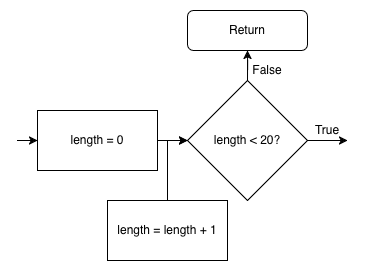
The draw.io diagram tutorials/python-islands/island-7/autominer/images/flowchart-landscape_2.png in CausewayDigital/Minecraft-EE-MakeCode, before a commit. Source tidied: cells renumbered, new cells last; positions are measured from the earlier drawing's top-left corner, leaving out a move shared by most shapes.
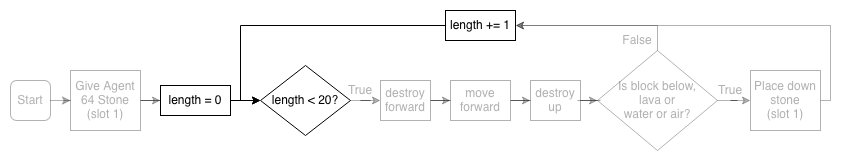
After the change.

What changed in the source:
```diff
@@ -2,44 +2,86 @@
   <root>
     <mxCell id="0" />
     <mxCell id="1" parent="0" />
-    <mxCell id="2" style="edgeStyle=orthogonalEdgeStyle;rounded=0;jettySize=auto;html=1;" parent="1" edge="1" target="4">
-      <mxGeometry relative="1" as="geometry">
-        <mxPoint y="130" as="sourcePoint" />
-      </mxGeometry>
-    </mxCell>
-    <mxCell id="3" style="edgeStyle=orthogonalEdgeStyle;rounded=0;jettySize=auto;html=1;" parent="1" edge="1" target="7">
-      <mxGeometry relative="1" as="geometry">
-        <mxPoint x="90" y="130" as="sourcePoint" />
-      </mxGeometry>
-    </mxCell>
+    <mxCell id="13" style="edgeStyle=orthogonalEdgeStyle;rounded=0;jettySize=auto;html=1;textOpacity=30;opacity=30;" parent="1" edge="1" source="14" target="16">
+      <mxGeometry relative="1" as="geometry" />
+    </mxCell>
+    <mxCell id="14" value="Start" style="rounded=1;whiteSpace=wrap;html=1;textOpacity=30;opacity=30;" parent="1" vertex="1">
+      <mxGeometry x="-380" y="240" width="40" height="40" as="geometry" />
+    </mxCell>
+    <mxCell id="15" style="edgeStyle=orthogonalEdgeStyle;rounded=0;jettySize=auto;html=1;textOpacity=30;opacity=30;" parent="1" edge="1" source="16" target="4">
+      <mxGeometry relative="1" as="geometry" />
+    </mxCell>
+    <mxCell id="16" value="&lt;div&gt;Give Agent 64 Stone&lt;/div&gt;(slot 1)" style="rounded=0;whiteSpace=wrap;html=1;textOpacity=30;opacity=30;" parent="1" vertex="1">
+      <mxGeometry x="-320" y="230" width="70" height="60" as="geometry" />
+    </mxCell>
+    <mxCell id="17" style="edgeStyle=orthogonalEdgeStyle;rounded=0;jettySize=auto;html=1;" parent="1" edge="1" source="4" target="7">
+      <mxGeometry relative="1" as="geometry" />
+    </mxCell>
     <mxCell id="4" value="length = 0" style="rounded=0;whiteSpace=wrap;html=1;" parent="1" vertex="1">
-      <mxGeometry x="20" y="100" width="120" height="60" as="geometry" />
+      <mxGeometry x="-230" y="245" width="70" height="30" as="geometry" />
     </mxCell>
-    <mxCell id="5" style="edgeStyle=orthogonalEdgeStyle;rounded=0;jettySize=auto;html=1;" parent="1" edge="1" source="7">
-      <mxGeometry relative="1" as="geometry">
-        <mxPoint x="330" y="130" as="targetPoint" />
-      </mxGeometry>
-    </mxCell>
-    <mxCell id="6" style="edgeStyle=orthogonalEdgeStyle;rounded=0;jettySize=auto;html=1;exitX=0.5;exitY=0;exitDx=0;exitDy=0;" parent="1" edge="1" source="7" target="8">
-      <mxGeometry relative="1" as="geometry" />
-    </mxCell>
+    <mxCell id="18" style="edgeStyle=orthogonalEdgeStyle;rounded=0;jettySize=auto;html=1;opacity=30;textOpacity=30;" parent="1" edge="1" source="7" target="20">
+      <mxGeometry relative="1" as="geometry" />
+    </mxCell>
     <mxCell id="7" value="length &amp;lt; 20?" style="rhombus;whiteSpace=wrap;html=1;" parent="1" vertex="1">
-      <mxGeometry x="170" y="70" width="120" height="120" as="geometry" />
+      <mxGeometry x="-130" y="225" width="90" height="70" as="geometry" />
     </mxCell>
-    <mxCell id="8" value="Return" style="rounded=1;whiteSpace=wrap;html=1;" parent="1" vertex="1">
-      <mxGeometry x="170" width="120" height="40" as="geometry" />
-    </mxCell>
-    <mxCell id="9" value="True&lt;span style=&quot;color: rgba(0 , 0 , 0 , 0) ; font-family: monospace ; font-size: 0px&quot;&gt;%3CmxGraphModel%3E%3Croot%3E%3CmxCell%20id%3D%220%22%2F%3E%3CmxCell%20id%3D%221%22%20parent%3D%220%22%2F%3E%3CmxCell%20id%3D%222%22%20value%3D%22destroy%20forward%22%20style%3D%22rounded%3D0%3BwhiteSpace%3Dwrap%3Bhtml%3D1%3B%22%20vertex%3D%221%22%20parent%3D%221%22%3E%3CmxGeometry%20x%3D%22240%22%20y%3D%22560%22%20width%3D%22120%22%20height%3D%2260%22%20as%3D%22geometry%22%2F%3E%3C%2FmxCell%3E%3C%2Froot%3E%3C%2FmxGraphModel%3E&lt;/span&gt;" style="text;html=1;strokeColor=none;fillColor=none;align=center;verticalAlign=middle;whiteSpace=wrap;rounded=0;" parent="1" vertex="1">
-      <mxGeometry x="290" y="110" width="40" height="20" as="geometry" />
-    </mxCell>
+    <mxCell id="19" style="edgeStyle=orthogonalEdgeStyle;rounded=0;jettySize=auto;html=1;opacity=30;textOpacity=30;" parent="1" edge="1" source="20" target="22">
+      <mxGeometry relative="1" as="geometry" />
+    </mxCell>
+    <mxCell id="20" value="destroy forward" style="rounded=0;whiteSpace=wrap;html=1;opacity=30;textOpacity=30;" parent="1" vertex="1">
+      <mxGeometry x="-10" y="240" width="50" height="40" as="geometry" />
+    </mxCell>
+    <mxCell id="21" style="edgeStyle=orthogonalEdgeStyle;rounded=0;jettySize=auto;html=1;exitX=1;exitY=0.5;exitDx=0;exitDy=0;opacity=30;textOpacity=30;" parent="1" edge="1" source="22" target="24">
+      <mxGeometry relative="1" as="geometry" />
+    </mxCell>
+    <mxCell id="22" value="move forward" style="rounded=0;whiteSpace=wrap;html=1;opacity=30;textOpacity=30;" parent="1" vertex="1">
+      <mxGeometry x="60" y="240" width="60" height="40" as="geometry" />
+    </mxCell>
+    <mxCell id="23" style="edgeStyle=orthogonalEdgeStyle;rounded=0;jettySize=auto;html=1;opacity=30;textOpacity=30;" parent="1" edge="1" source="24" target="26">
+      <mxGeometry relative="1" as="geometry" />
+    </mxCell>
+    <mxCell id="24" value="destroy up" style="rounded=0;whiteSpace=wrap;html=1;opacity=30;textOpacity=30;" parent="1" vertex="1">
+      <mxGeometry x="140" y="240" width="50" height="40" as="geometry" />
+    </mxCell>
+    <mxCell id="25" style="edgeStyle=orthogonalEdgeStyle;rounded=0;jettySize=auto;html=1;opacity=30;textOpacity=30;" parent="1" edge="1" source="26" target="28">
+      <mxGeometry relative="1" as="geometry" />
+    </mxCell>
+    <mxCell id="26" value="Is block below, &lt;br&gt;lava or &lt;br&gt;water or air?" style="rhombus;whiteSpace=wrap;html=1;opacity=30;textOpacity=30;" parent="1" vertex="1">
+      <mxGeometry x="207" y="210" width="120" height="100" as="geometry" />
+    </mxCell>
+    <mxCell id="27" style="edgeStyle=orthogonalEdgeStyle;rounded=0;jettySize=auto;html=1;entryX=1;entryY=0.5;entryDx=0;entryDy=0;opacity=30;textOpacity=30;" parent="1" edge="1" source="28" target="33">
+      <mxGeometry relative="1" as="geometry">
+        <Array as="points">
+          <mxPoint x="440" y="260" />
+          <mxPoint x="440" y="185" />
+        </Array>
+      </mxGeometry>
+    </mxCell>
+    <mxCell id="28" value="&lt;div&gt;Place down stone&lt;/div&gt;(slot 1)" style="rounded=0;whiteSpace=wrap;html=1;opacity=30;textOpacity=30;" parent="1" vertex="1">
+      <mxGeometry x="360" y="230" width="70" height="60" as="geometry" />
+    </mxCell>
+    <mxCell id="29" value="True&lt;span style=&quot;color: rgba(0 , 0 , 0 , 0) ; font-family: monospace ; font-size: 0px&quot;&gt;%3CmxGraphModel%3E%3Croot%3E%3CmxCell%20id%3D%220%22%2F%3E%3CmxCell%20id%3D%221%22%20parent%3D%220%22%2F%3E%3CmxCell%20id%3D%222%22%20value%3D%22destroy%20forward%22%20style%3D%22rounded%3D0%3BwhiteSpace%3Dwrap%3Bhtml%3D1%3B%22%20vertex%3D%221%22%20parent%3D%221%22%3E%3CmxGeometry%20x%3D%22240%22%20y%3D%22560%22%20width%3D%22120%22%20height%3D%2260%22%20as%3D%22geometry%22%2F%3E%3C%2FmxCell%3E%3C%2Froot%3E%3C%2FmxGraphModel%3E&lt;/span&gt;" style="text;html=1;align=center;verticalAlign=middle;whiteSpace=wrap;rounded=0;opacity=30;textOpacity=30;" parent="1" vertex="1">
+      <mxGeometry x="-50" y="240" width="40" height="20" as="geometry" />
+    </mxCell>
+    <mxCell id="30" value="True&lt;span style=&quot;color: rgba(0 , 0 , 0 , 0) ; font-family: monospace ; font-size: 0px&quot;&gt;%3CmxGraphModel%3E%3Croot%3E%3CmxCell%20id%3D%220%22%2F%3E%3CmxCell%20id%3D%221%22%20parent%3D%220%22%2F%3E%3CmxCell%20id%3D%222%22%20value%3D%22destroy%20forward%22%20style%3D%22rounded%3D0%3BwhiteSpace%3Dwrap%3Bhtml%3D1%3B%22%20vertex%3D%221%22%20parent%3D%221%22%3E%3CmxGeometry%20x%3D%22240%22%20y%3D%22560%22%20width%3D%22120%22%20height%3D%2260%22%20as%3D%22geometry%22%2F%3E%3C%2FmxCell%3E%3C%2Froot%3E%3C%2FmxGraphModel%3E&lt;/span&gt;" style="text;html=1;align=center;verticalAlign=middle;whiteSpace=wrap;rounded=0;opacity=30;textOpacity=30;" parent="1" vertex="1">
+      <mxGeometry x="320" y="240" width="40" height="20" as="geometry" />
+    </mxCell>
+    <mxCell id="31" style="edgeStyle=orthogonalEdgeStyle;rounded=0;jettySize=auto;html=1;exitX=1;exitY=1;exitDx=0;exitDy=0;entryX=1;entryY=0.5;entryDx=0;entryDy=0;opacity=30;textOpacity=30;" parent="1" edge="1" source="10" target="33">
+      <mxGeometry relative="1" as="geometry">
+        <Array as="points">
+          <mxPoint x="267" y="185" />
+        </Array>
+      </mxGeometry>
+    </mxCell>
-    <mxCell id="10" value="False" style="text;html=1;strokeColor=none;fillColor=none;align=center;verticalAlign=middle;whiteSpace=wrap;rounded=0;" parent="1" vertex="1">
-      <mxGeometry x="230" y="50" width="40" height="20" as="geometry" />
+    <mxCell id="10" value="False" style="text;html=1;align=center;verticalAlign=middle;whiteSpace=wrap;rounded=0;opacity=30;textOpacity=30;" parent="1" vertex="1">
+      <mxGeometry x="227" y="190" width="40" height="20" as="geometry" />
     </mxCell>
-    <mxCell id="11" style="edgeStyle=orthogonalEdgeStyle;rounded=0;jettySize=auto;html=1;entryX=0;entryY=0.5;entryDx=0;entryDy=0;" parent="1" edge="1" source="12" target="7">
-      <mxGeometry relative="1" as="geometry" />
-    </mxCell>
-    <mxCell id="12" value="length = length + 1" style="rounded=0;whiteSpace=wrap;html=1;" parent="1" vertex="1">
-      <mxGeometry x="90" y="190" width="120" height="60" as="geometry" />
-    </mxCell>
+    <mxCell id="32" style="edgeStyle=orthogonalEdgeStyle;rounded=0;jettySize=auto;html=1;entryX=0;entryY=0.5;entryDx=0;entryDy=0;" parent="1" edge="1" source="33" target="7">
+      <mxGeometry relative="1" as="geometry" />
+    </mxCell>
+    <mxCell id="33" value="length += 1" style="rounded=0;whiteSpace=wrap;html=1;" parent="1" vertex="1">
+      <mxGeometry x="55" y="170" width="70" height="30" as="geometry" />
+    </mxCell>
   </root>
 </mxGraphModel>
```
